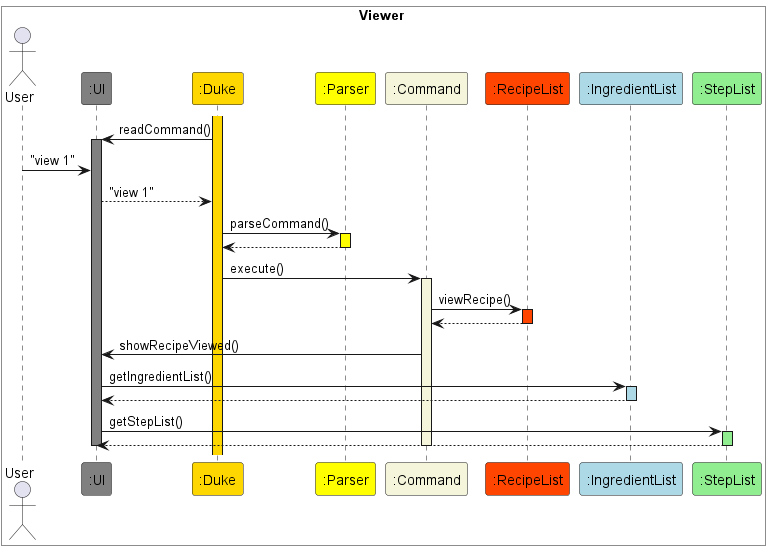
Before: docs/PlantUML/RecipeView.png, a diagram exported from PlantUML (nus-cs2113-AY2223S2/tp).
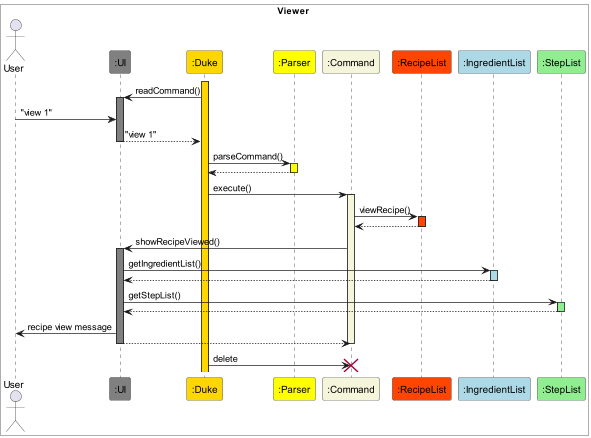
The same diagram one commit later.

The edit, as a diff of the source:
```diff
@@ -15,6 +15,7 @@
 activate UI #Gray
 User -> UI : "view 1"
 UI --> Duke : "view 1"
+deactivate UI
 Duke -> Parser : parseCommand()
 activate Parser #Yellow
 Parser --> Duke
@@ -26,6 +27,7 @@
 RecipeList --> Command
 deactivate RecipeList
 Command -> UI : showRecipeViewed()
+activate UI #Gray
 UI -> IngredientList : getIngredientList()
 activate IngredientList #LightBlue
 IngredientList --> UI
@@ -34,8 +36,11 @@
 activate StepList #LightGreen
 StepList --> UI
 deactivate StepList
+UI -> User : recipe view message
+UI --> Command
 deactivate UI
 deactivate Command
-
+Duke -> Command : delete
+destroy Command
 
 @enduml
```
